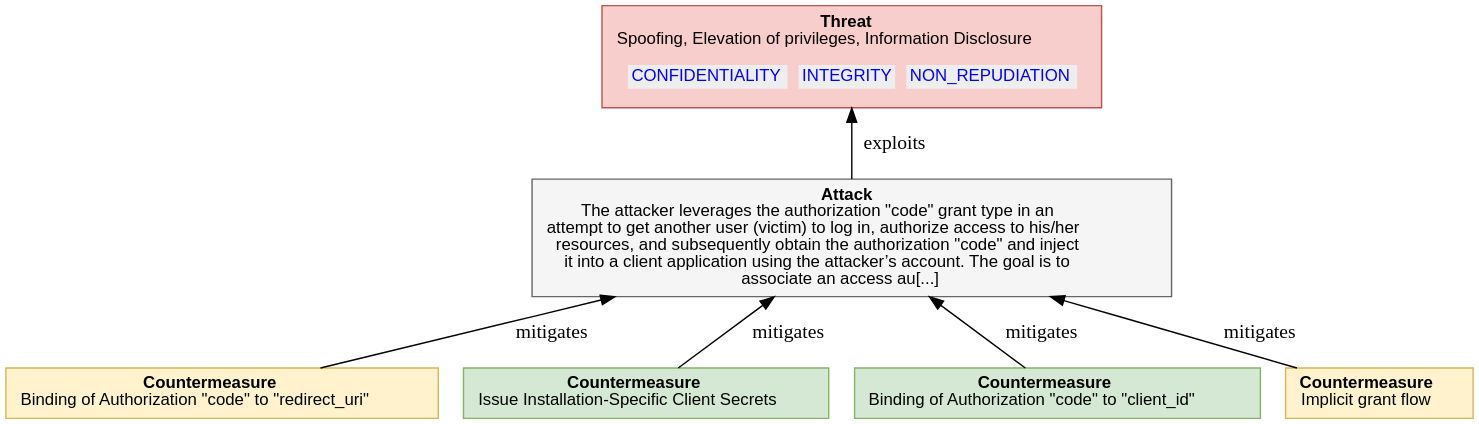
DavidCervigni/threat-models keeps this PlantUML diagram as report-examples/OAuth2/img/threatTree/4_4_1_7_CLIENT_SPOOFING4.svg. Above is the earlier version. Its source is kept beside it as report-examples/OAuth2/img/threatTree/4_4_1_7_CLIENT_SPOOFING4.puml. Source of this version:
```plantuml
@startuml
digraph G {
rankdir="BT";
  node [shape=plaintext, fontname="Arial" fontsize="12"];
    "4_4_1_7_CLIENT_SPOOFING4" [ fillcolor="#F8CECC", style=filled, shape=polygon, color="#B85450"
    label=
    <<table border="0" cellborder="0" cellspacing="0">
     <tr><td align="center"><b>Threat</b><br/>

Spoofing, Elevation of privileges, Information Disclosure
</td></tr>
     <tr><td><table border="0" cellborder="0" cellspacing="8"><tr>
                ret += secObj.linkedImpactMDText()
     <td align="center" href="#OAuth2.CONFIDENTIALITY" bgcolor="#EEEEEE"><font color="blue">CONFIDENTIALITY</font></td>
                ret += secObj.linkedImpactMDText()
     <td align="center" href="#OAuth2.INTEGRITY" bgcolor="#EEEEEE"><font color="blue">INTEGRITY</font></td>
                ret += secObj.linkedImpactMDText()
     <td align="center" href="#OAuth2.NON_REPUDIATION" bgcolor="#EEEEEE"><font color="blue">NON_REPUDIATION</font></td>
     </tr></table></td></tr>
   </table>>
   ];

"4_4_1_7_CLIENT_SPOOFING4_attack" [ fillcolor="#f5f5f5", style=filled, shape=polygon, color="#666666", label =
    <<table border="0" cellborder="0" cellspacing="0">
     <tr><td align="center"><b>Attack</b><br/>

The attacker leverages the authorization &quot;code&quot; grant type in an<br/>attempt to get another user (victim) to log in, authorize access to his/her<br/>resources, and subsequently obtain the authorization &quot;code&quot; and inject<br/>it into a client application using the attacker’s account. The goal is to<br/>associate an access au[...]
</td></tr>
   </table>>
    ]

"4_4_1_7_CLIENT_SPOOFING4_attack" -> "4_4_1_7_CLIENT_SPOOFING4"  [label = " exploits"]

    "4_4_1_7_CLIENT_SPOOFING4_countermeasure0" [
       fillcolor="#FFF2CC", style=filled, shape=polygon, color="#D6B656", label =
    <<table border="0" cellborder="0" cellspacing="0">
     <tr><td align="left"><b>Countermeasure</b><br/>

Binding of Authorization &quot;code&quot; to &quot;redirect_uri&quot;
</td></tr>
   </table>>
   ]

     "4_4_1_7_CLIENT_SPOOFING4_countermeasure0" -> "4_4_1_7_CLIENT_SPOOFING4_attack" [label = " mitigates"]

    "4_4_1_7_CLIENT_SPOOFING4_countermeasure1" [
       fillcolor="#D5E8D4", style=filled, shape=polygon, color="#82B366", label =
    <<table border="0" cellborder="0" cellspacing="0">
     <tr><td align="left"><b>Countermeasure</b><br/>

Issue Installation-Specific Client Secrets
</td></tr>
   </table>>
   ]

     "4_4_1_7_CLIENT_SPOOFING4_countermeasure1" -> "4_4_1_7_CLIENT_SPOOFING4_attack" [label = " mitigates"]

    "4_4_1_7_CLIENT_SPOOFING4_countermeasure2" [
       fillcolor="#D5E8D4", style=filled, shape=polygon, color="#82B366", label =
    <<table border="0" cellborder="0" cellspacing="0">
     <tr><td align="left"><b>Countermeasure</b><br/>

Binding of Authorization &quot;code&quot; to &quot;client_id&quot;
</td></tr>
   </table>>
   ]

     "4_4_1_7_CLIENT_SPOOFING4_countermeasure2" -> "4_4_1_7_CLIENT_SPOOFING4_attack" [label = " mitigates"]

    "4_4_1_7_CLIENT_SPOOFING4_countermeasure3" [
       fillcolor="#FFF2CC", style=filled, shape=polygon, color="#D6B656", label =
    <<table border="0" cellborder="0" cellspacing="0">
     <tr><td align="left"><b>Countermeasure</b><br/>

Implicit grant flow
</td></tr>
   </table>>
   ]

     "4_4_1_7_CLIENT_SPOOFING4_countermeasure3" -> "4_4_1_7_CLIENT_SPOOFING4_attack" [label = " mitigates"]

}
@enduml
```
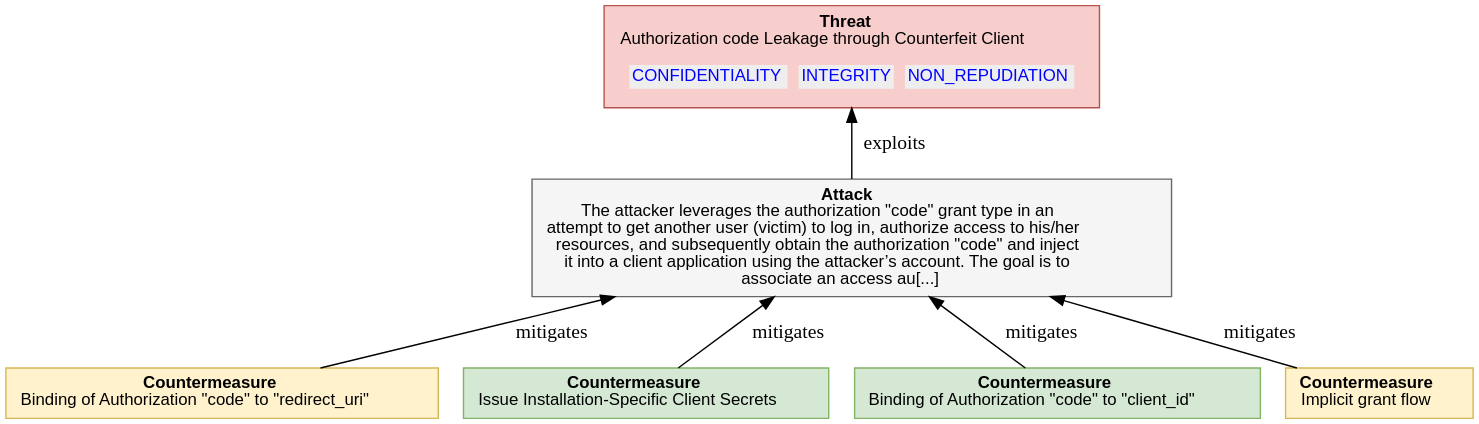
After the commit.

The edit, as a diff of the source:
```diff
@@ -7,7 +7,7 @@
     <<table border="0" cellborder="0" cellspacing="0">
      <tr><td align="center"><b>Threat</b><br/>
 
-Spoofing, Elevation of privileges, Information Disclosure
+Authorization code Leakage through Counterfeit Client
 </td></tr>
      <tr><td><table border="0" cellborder="0" cellspacing="8"><tr>
                 ret += secObj.linkedImpactMDText()
```
